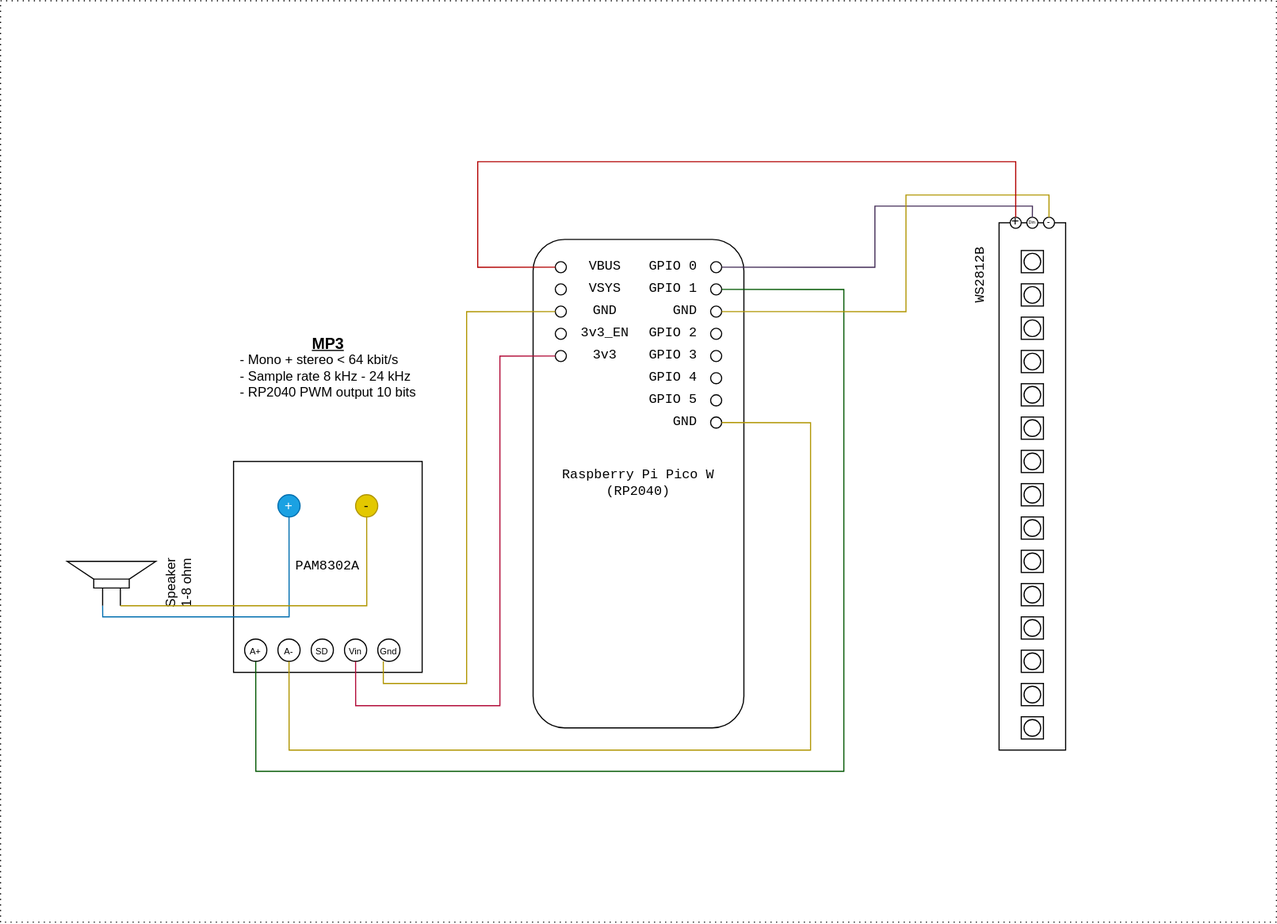
The draw.io diagram circuit.svg in corey-schneider/pico-crown, before a commit. Source tidied: cells renumbered, new cells last; positions are measured from the earlier drawing's top-left corner, leaving out a move shared by most shapes.
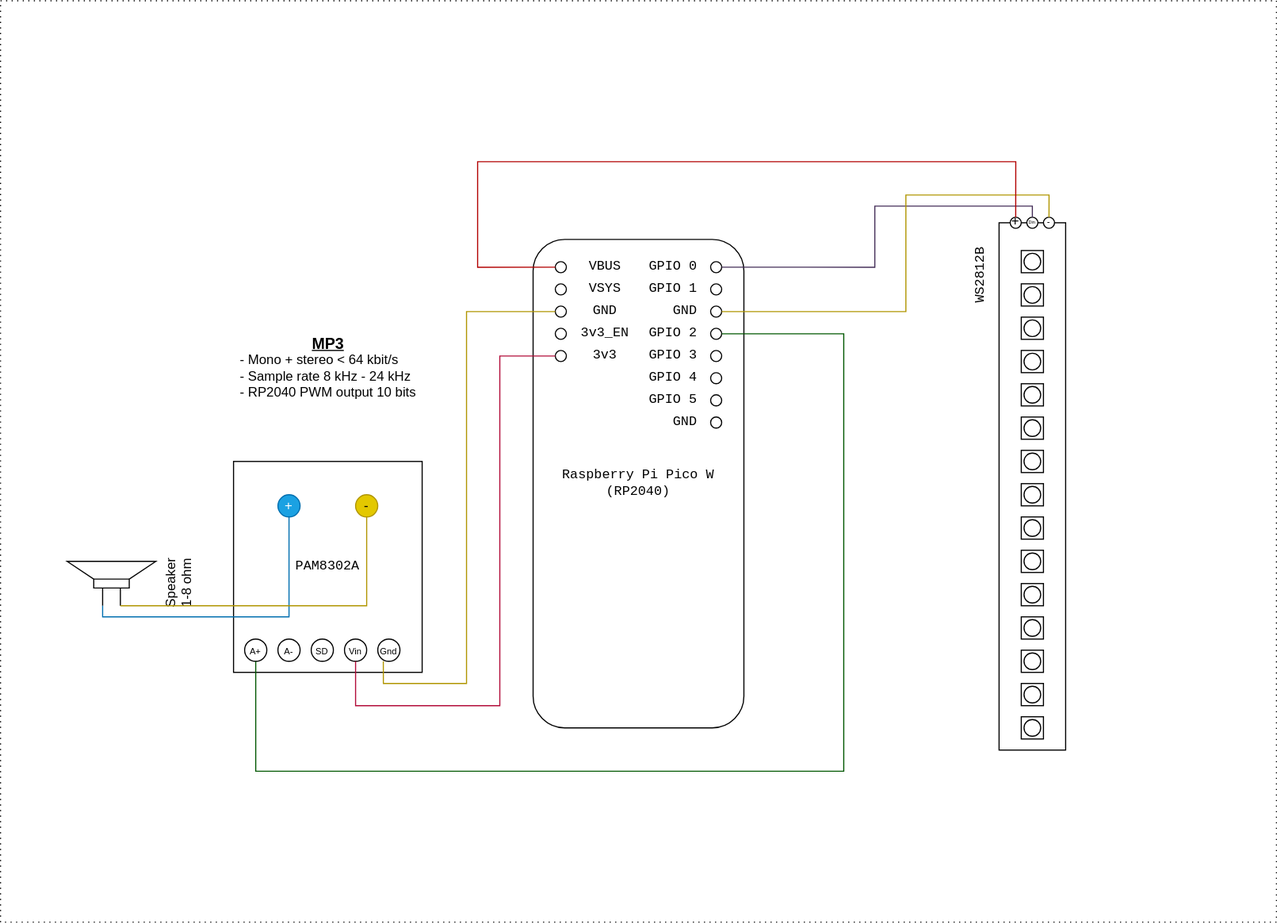
Later version of the same file.

Change to the diagram source:
```diff
@@ -84,24 +84,15 @@
     <mxCell id="27" value="&lt;pre style=&quot;margin: 0px 0px 0px 40px; border: none; padding: 0px;&quot;&gt;GND&lt;/pre&gt;" style="ellipse;whiteSpace=wrap;html=1;align=right;verticalAlign=middle;labelPosition=left;verticalLabelPosition=middle;spacingRight=10;" parent="1" vertex="1">
       <mxGeometry x="640" y="375" width="10" height="10" as="geometry" />
     </mxCell>
-    <mxCell id="28" style="endArrow=none;html=1;rounded=0;edgeStyle=orthogonalEdgeStyle;exitX=0.5;exitY=1;exitDx=0;exitDy=0;fillColor=#008a00;strokeColor=#005700;entryX=1;entryY=0.5;entryDx=0;entryDy=0;" parent="1" edge="1" source="5" target="21">
+    <mxCell id="28" style="endArrow=none;html=1;rounded=0;edgeStyle=orthogonalEdgeStyle;exitX=0.5;exitY=1;exitDx=0;exitDy=0;fillColor=#008a00;strokeColor=#005700;entryX=1;entryY=0.5;entryDx=0;entryDy=0;" parent="1" edge="1" source="5" target="22">
       <mxGeometry relative="1" as="geometry">
         <Array as="points">
           <mxPoint x="230" y="694" />
           <mxPoint x="760" y="694" />
-          <mxPoint x="760" y="260" />
+          <mxPoint x="760" y="300" />
         </Array>
       </mxGeometry>
     </mxCell>
-    <mxCell id="29" style="endArrow=none;html=1;rounded=0;edgeStyle=orthogonalEdgeStyle;exitX=0.5;exitY=1;exitDx=0;exitDy=0;entryX=1;entryY=0.5;entryDx=0;entryDy=0;fillColor=#e3c800;strokeColor=#B09500;" parent="1" edge="1" source="6" target="27">
-      <mxGeometry relative="1" as="geometry">
-        <Array as="points">
-          <mxPoint x="260" y="675" />
-          <mxPoint x="730" y="675" />
-          <mxPoint x="730" y="380" />
-        </Array>
-      </mxGeometry>
-    </mxCell>
     <mxCell id="30" style="endArrow=none;html=1;rounded=0;edgeStyle=orthogonalEdgeStyle;exitX=0.5;exitY=1;exitDx=0;exitDy=0;entryX=0;entryY=0.5;entryDx=0;entryDy=0;fillColor=#e51400;strokeColor=#B20C39;" parent="1" edge="1" source="8" target="19">
       <mxGeometry relative="1" as="geometry">
         <Array as="points">
```
